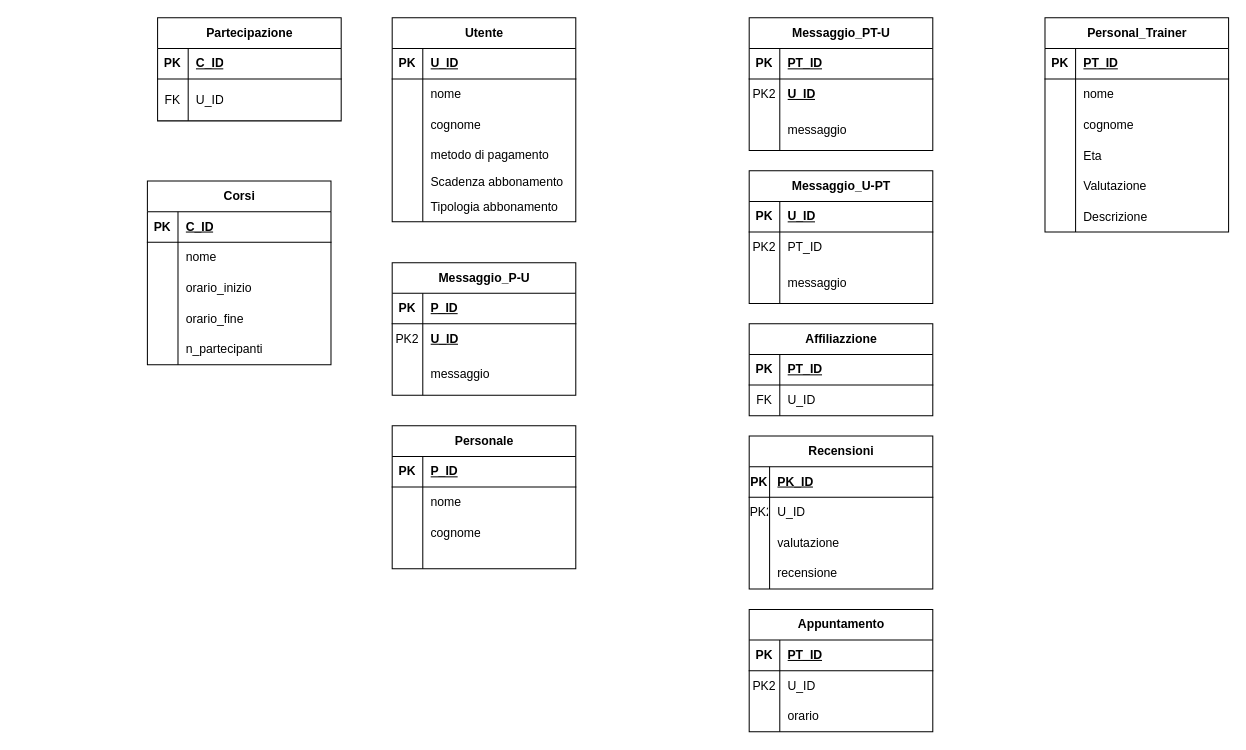
The draw.io diagram Docs/Base_dati.drawio in Marco-Paglicci/swe_gym, before the edit. Source tidied: cells renumbered, new cells numbered last; positions are measured from the earlier drawing's top-left corner, leaving out a move shared by most shapes. Both pictures are drawn from the tidied source at 102%, with x=0, y=0 at pixel (147, 17).
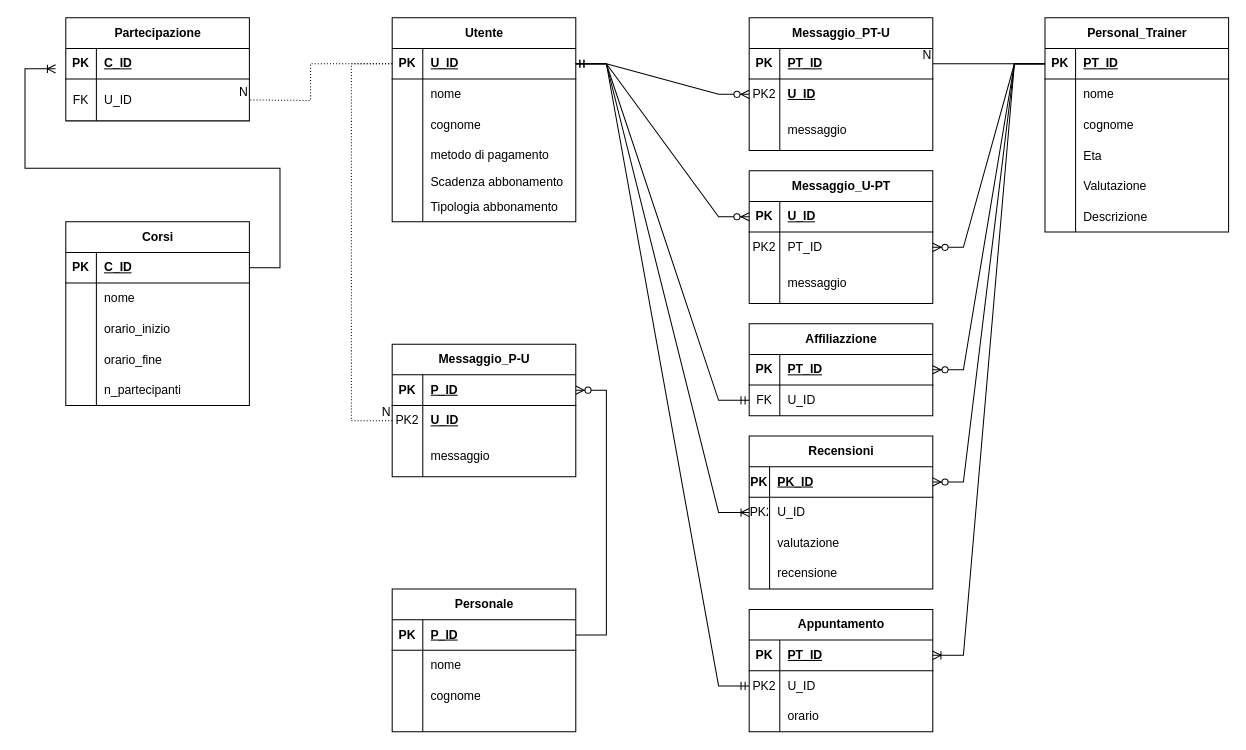
The same page after the edit.

Unchanged cells that the change refers to:
```xml
<mxCell id="3" style="shape=tableRow;horizontal=0;startSize=0;swimlaneHead=0;swimlaneBody=0;fillColor=none;points=[[0,0.5],[1,0.5]];portConstraint=eastwest;top=0;left=0;right=0;bottom=1;" parent="2" vertex="1">
  <mxGeometry y="30" width="180" height="30" as="geometry" />
</mxCell>
<mxCell id="22" style="shape=tableRow;horizontal=0;startSize=0;swimlaneHead=0;swimlaneBody=0;fillColor=none;points=[[0,0.5],[1,0.5]];portConstraint=eastwest;top=0;left=0;right=0;bottom=1;" parent="21" vertex="1">
  <mxGeometry y="30" width="180" height="30" as="geometry" />
</mxCell>
<mxCell id="41" style="shape=tableRow;horizontal=0;startSize=0;swimlaneHead=0;swimlaneBody=0;fillColor=none;points=[[0,0.5],[1,0.5]];portConstraint=eastwest;top=0;left=0;right=0;bottom=1;" parent="40" vertex="1">
  <mxGeometry y="30" width="180" height="30" as="geometry" />
</mxCell>
<mxCell id="54" style="shape=tableRow;horizontal=0;startSize=0;swimlaneHead=0;swimlaneBody=0;fillColor=none;points=[[0,0.5],[1,0.5]];portConstraint=eastwest;top=0;left=0;right=0;bottom=1;" parent="53" vertex="1">
  <mxGeometry y="30" width="180" height="30" as="geometry" />
</mxCell>
<mxCell id="73" style="shape=tableRow;horizontal=0;startSize=0;swimlaneHead=0;swimlaneBody=0;fillColor=none;points=[[0,0.5],[1,0.5]];portConstraint=eastwest;top=0;left=0;right=0;bottom=0;" parent="69" vertex="1">
  <mxGeometry y="60" width="180" height="41" as="geometry" />
</mxCell>
<mxCell id="77" style="shape=tableRow;horizontal=0;startSize=0;swimlaneHead=0;swimlaneBody=0;fillColor=none;points=[[0,0.5],[1,0.5]];portConstraint=eastwest;top=0;left=0;right=0;bottom=1;" parent="76" vertex="1">
  <mxGeometry y="30" width="180" height="30" as="geometry" />
</mxCell>
<mxCell id="80" style="shape=tableRow;horizontal=0;startSize=0;swimlaneHead=0;swimlaneBody=0;fillColor=none;points=[[0,0.5],[1,0.5]];portConstraint=eastwest;top=0;left=0;right=0;bottom=0;" parent="76" vertex="1">
  <mxGeometry y="60" width="180" height="30" as="geometry" />
</mxCell>
<mxCell id="84" style="shape=tableRow;horizontal=0;startSize=0;swimlaneHead=0;swimlaneBody=0;fillColor=none;points=[[0,0.5],[1,0.5]];portConstraint=eastwest;top=0;left=0;right=0;bottom=1;" parent="83" vertex="1">
  <mxGeometry y="30" width="180" height="30" as="geometry" />
</mxCell>
<mxCell id="87" style="shape=tableRow;horizontal=0;startSize=0;swimlaneHead=0;swimlaneBody=0;fillColor=none;points=[[0,0.5],[1,0.5]];portConstraint=eastwest;top=0;left=0;right=0;bottom=0;" parent="83" vertex="1">
  <mxGeometry y="60" width="180" height="30" as="geometry" />
</mxCell>
<mxCell id="94" style="shape=tableRow;horizontal=0;startSize=0;swimlaneHead=0;swimlaneBody=0;fillColor=none;points=[[0,0.5],[1,0.5]];portConstraint=eastwest;top=0;left=0;right=0;bottom=1;" parent="93" vertex="1">
  <mxGeometry y="30" width="180" height="30" as="geometry" />
</mxCell>
<mxCell id="97" style="shape=tableRow;horizontal=0;startSize=0;swimlaneHead=0;swimlaneBody=0;fillColor=none;points=[[0,0.5],[1,0.5]];portConstraint=eastwest;top=0;left=0;right=0;bottom=0;" parent="93" vertex="1">
  <mxGeometry y="60" width="180" height="30" as="geometry" />
</mxCell>
<mxCell id="104" style="shape=tableRow;horizontal=0;startSize=0;swimlaneHead=0;swimlaneBody=0;fillColor=none;points=[[0,0.5],[1,0.5]];portConstraint=eastwest;top=0;left=0;right=0;bottom=1;" parent="103" vertex="1">
  <mxGeometry y="30" width="180" height="30" as="geometry" />
</mxCell>
<mxCell id="107" style="shape=tableRow;horizontal=0;startSize=0;swimlaneHead=0;swimlaneBody=0;fillColor=none;points=[[0,0.5],[1,0.5]];portConstraint=eastwest;top=0;left=0;right=0;bottom=0;" parent="103" vertex="1">
  <mxGeometry y="60" width="180" height="30" as="geometry" />
</mxCell>
<mxCell id="114" style="shape=tableRow;horizontal=0;startSize=0;swimlaneHead=0;swimlaneBody=0;fillColor=none;points=[[0,0.5],[1,0.5]];portConstraint=eastwest;top=0;left=0;right=0;bottom=1;" parent="113" vertex="1">
  <mxGeometry y="30" width="180" height="30" as="geometry" />
</mxCell>
<mxCell id="117" style="shape=tableRow;horizontal=0;startSize=0;swimlaneHead=0;swimlaneBody=0;fillColor=none;points=[[0,0.5],[1,0.5]];portConstraint=eastwest;top=0;left=0;right=0;bottom=0;" parent="113" vertex="1">
  <mxGeometry y="60" width="180" height="30" as="geometry" />
</mxCell>
<mxCell id="127" style="shape=tableRow;horizontal=0;startSize=0;swimlaneHead=0;swimlaneBody=0;fillColor=none;points=[[0,0.5],[1,0.5]];portConstraint=eastwest;top=0;left=0;right=0;bottom=1;" parent="126" vertex="1">
  <mxGeometry y="30" width="180" height="30" as="geometry" />
</mxCell>
<mxCell id="130" style="shape=tableRow;horizontal=0;startSize=0;swimlaneHead=0;swimlaneBody=0;fillColor=none;points=[[0,0.5],[1,0.5]];portConstraint=eastwest;top=0;left=0;right=0;bottom=0;" parent="126" vertex="1">
  <mxGeometry y="60" width="180" height="30" as="geometry" />
</mxCell>
```

What changed in the source:
```diff
@@
     <mxCell id="40" value="Personale" style="shape=table;startSize=30;childLayout=tableLayout;rowLines=0;fontStyle=1;align=center;html=1;" parent="1" vertex="1">
-      <mxGeometry x="240" y="400" width="180" height="140" as="geometry" />
+      <mxGeometry x="240" y="560" width="180" height="140" as="geometry" />
     </mxCell>
@@
     <mxCell id="53" value="Corsi" style="shape=table;startSize=30;childLayout=tableLayout;rowLines=0;fontStyle=1;align=center;html=1;" parent="1" vertex="1">
-      <mxGeometry y="160" width="180" height="180" as="geometry" />
+      <mxGeometry x="-80" y="200" width="180" height="180" as="geometry" />
     </mxCell>
@@
     <mxCell id="69" value="Partecipazione" style="shape=table;startSize=30;childLayout=tableLayout;rowLines=0;fontStyle=1;align=center;html=1;" parent="1" vertex="1">
-      <mxGeometry x="10" width="180" height="101" as="geometry" />
+      <mxGeometry x="-80" width="180" height="101" as="geometry" />
     </mxCell>
@@
     <mxCell id="103" value="Messaggio_P-U" style="shape=table;startSize=30;childLayout=tableLayout;rowLines=0;fontStyle=1;align=center;html=1;" parent="1" vertex="1">
-      <mxGeometry x="240" y="240" width="180" height="130" as="geometry" />
+      <mxGeometry x="240" y="320" width="180" height="130" as="geometry" />
     </mxCell>
@@
+    <mxCell id="136" style="edgeStyle=entityRelationEdgeStyle;fontSize=12;html=1;endArrow=ERzeroToMany;endFill=1;rounded=0;entryX=0;entryY=0.5;entryDx=0;entryDy=0;exitX=1;exitY=0.5;exitDx=0;exitDy=0;" parent="1" edge="1" source="3" target="97">
+      <mxGeometry relative="1" as="geometry">
+        <Array as="points">
+          <mxPoint x="450" y="210" />
+        </Array>
+      </mxGeometry>
+    </mxCell>
+    <mxCell id="137" style="endArrow=none;html=1;rounded=0;exitX=0;exitY=0.5;exitDx=0;exitDy=0;entryX=1;entryY=0.5;entryDx=0;entryDy=0;" parent="1" edge="1" source="22" target="94">
+      <mxGeometry relative="1" as="geometry" />
+    </mxCell>
+    <mxCell id="138" value="N" style="html=1;whiteSpace=wrap;align=right;verticalAlign=bottom;" parent="137" vertex="1">
+      <mxGeometry x="1" relative="1" as="geometry" />
+    </mxCell>
+    <mxCell id="139" style="edgeStyle=entityRelationEdgeStyle;fontSize=12;html=1;endArrow=ERmandOne;startArrow=ERmandOne;rounded=0;entryX=0;entryY=0.5;entryDx=0;entryDy=0;exitX=1;exitY=0.5;exitDx=0;exitDy=0;" parent="1" edge="1" source="3" target="80">
+      <mxGeometry relative="1" as="geometry" />
+    </mxCell>
+    <mxCell id="140" style="edgeStyle=entityRelationEdgeStyle;fontSize=12;html=1;endArrow=ERzeroToMany;endFill=1;rounded=0;entryX=1;entryY=0.5;entryDx=0;entryDy=0;exitX=0;exitY=0.5;exitDx=0;exitDy=0;" parent="1" edge="1" source="22" target="77">
+      <mxGeometry relative="1" as="geometry" />
+    </mxCell>
+    <mxCell id="141" style="edgeStyle=entityRelationEdgeStyle;fontSize=12;html=1;endArrow=ERzeroToMany;endFill=1;rounded=0;entryX=1;entryY=0.5;entryDx=0;entryDy=0;exitX=0;exitY=0.5;exitDx=0;exitDy=0;" parent="1" edge="1" source="22" target="87">
+      <mxGeometry relative="1" as="geometry">
+        <Array as="points">
+          <mxPoint x="1075" y="695" />
+          <mxPoint x="905" y="495" />
+        </Array>
+      </mxGeometry>
+    </mxCell>
+    <mxCell id="142" style="edgeStyle=entityRelationEdgeStyle;fontSize=12;html=1;endArrow=ERzeroToMany;endFill=1;rounded=0;exitX=1;exitY=0.5;exitDx=0;exitDy=0;entryX=0;entryY=0.5;entryDx=0;entryDy=0;" parent="1" edge="1" source="3" target="84">
+      <mxGeometry relative="1" as="geometry" />
+    </mxCell>
+    <mxCell id="143" style="edgeStyle=entityRelationEdgeStyle;fontSize=12;html=1;endArrow=ERoneToMany;rounded=0;entryX=0;entryY=0.5;entryDx=0;entryDy=0;exitX=1;exitY=0.5;exitDx=0;exitDy=0;" parent="1" edge="1" source="3" target="117">
+      <mxGeometry relative="1" as="geometry" />
+    </mxCell>
+    <mxCell id="144" style="edgeStyle=entityRelationEdgeStyle;fontSize=12;html=1;endArrow=ERzeroToMany;endFill=1;rounded=0;entryX=1;entryY=0.5;entryDx=0;entryDy=0;exitX=0;exitY=0.5;exitDx=0;exitDy=0;" parent="1" edge="1" source="22" target="114">
+      <mxGeometry relative="1" as="geometry" />
+    </mxCell>
+    <mxCell id="145" style="edgeStyle=entityRelationEdgeStyle;fontSize=12;html=1;endArrow=ERmandOne;startArrow=ERmandOne;rounded=0;entryX=0;entryY=0.5;entryDx=0;entryDy=0;exitX=1;exitY=0.5;exitDx=0;exitDy=0;" parent="1" edge="1" source="3" target="130">
+      <mxGeometry relative="1" as="geometry" />
+    </mxCell>
+    <mxCell id="146" style="edgeStyle=entityRelationEdgeStyle;fontSize=12;html=1;endArrow=ERoneToMany;rounded=0;exitX=0;exitY=0.5;exitDx=0;exitDy=0;entryX=1;entryY=0.5;entryDx=0;entryDy=0;" parent="1" edge="1" source="22" target="127">
+      <mxGeometry relative="1" as="geometry" />
+    </mxCell>
+    <mxCell id="147" style="edgeStyle=entityRelationEdgeStyle;fontSize=12;html=1;endArrow=ERzeroToMany;endFill=1;rounded=0;exitX=1;exitY=0.5;exitDx=0;exitDy=0;entryX=1;entryY=0.5;entryDx=0;entryDy=0;" parent="1" edge="1" source="41" target="104">
+      <mxGeometry relative="1" as="geometry" />
+    </mxCell>
+    <mxCell id="148" style="endArrow=none;html=1;rounded=0;dashed=1;dashPattern=1 2;entryX=0;entryY=0.5;entryDx=0;entryDy=0;exitX=0;exitY=0.5;exitDx=0;exitDy=0;" parent="1" edge="1" source="3" target="107">
+      <mxGeometry relative="1" as="geometry">
+        <Array as="points">
+          <mxPoint x="200" y="45" />
+          <mxPoint x="200" y="395" />
+        </Array>
+      </mxGeometry>
+    </mxCell>
+    <mxCell id="149" value="N" style="html=1;whiteSpace=wrap;align=right;verticalAlign=bottom;" parent="148" vertex="1">
+      <mxGeometry x="1" relative="1" as="geometry" />
+    </mxCell>
+    <mxCell id="150" style="edgeStyle=entityRelationEdgeStyle;fontSize=12;html=1;endArrow=ERoneToMany;rounded=0;exitX=1;exitY=0.5;exitDx=0;exitDy=0;" parent="1" edge="1" source="54">
+      <mxGeometry relative="1" as="geometry">
+        <mxPoint x="-90" y="50" as="targetPoint" />
+      </mxGeometry>
+    </mxCell>
+    <mxCell id="151" style="endArrow=none;html=1;rounded=0;dashed=1;dashPattern=1 2;entryX=1;entryY=0.5;entryDx=0;entryDy=0;exitX=0;exitY=0.5;exitDx=0;exitDy=0;" parent="1" edge="1" source="3" target="73">
+      <mxGeometry relative="1" as="geometry">
+        <Array as="points">
+          <mxPoint x="160" y="45" />
+          <mxPoint x="160" y="81" />
+        </Array>
+      </mxGeometry>
+    </mxCell>
+    <mxCell id="152" value="N" style="html=1;whiteSpace=wrap;align=right;verticalAlign=bottom;" parent="151" vertex="1">
+      <mxGeometry x="1" relative="1" as="geometry" />
+    </mxCell>
```
